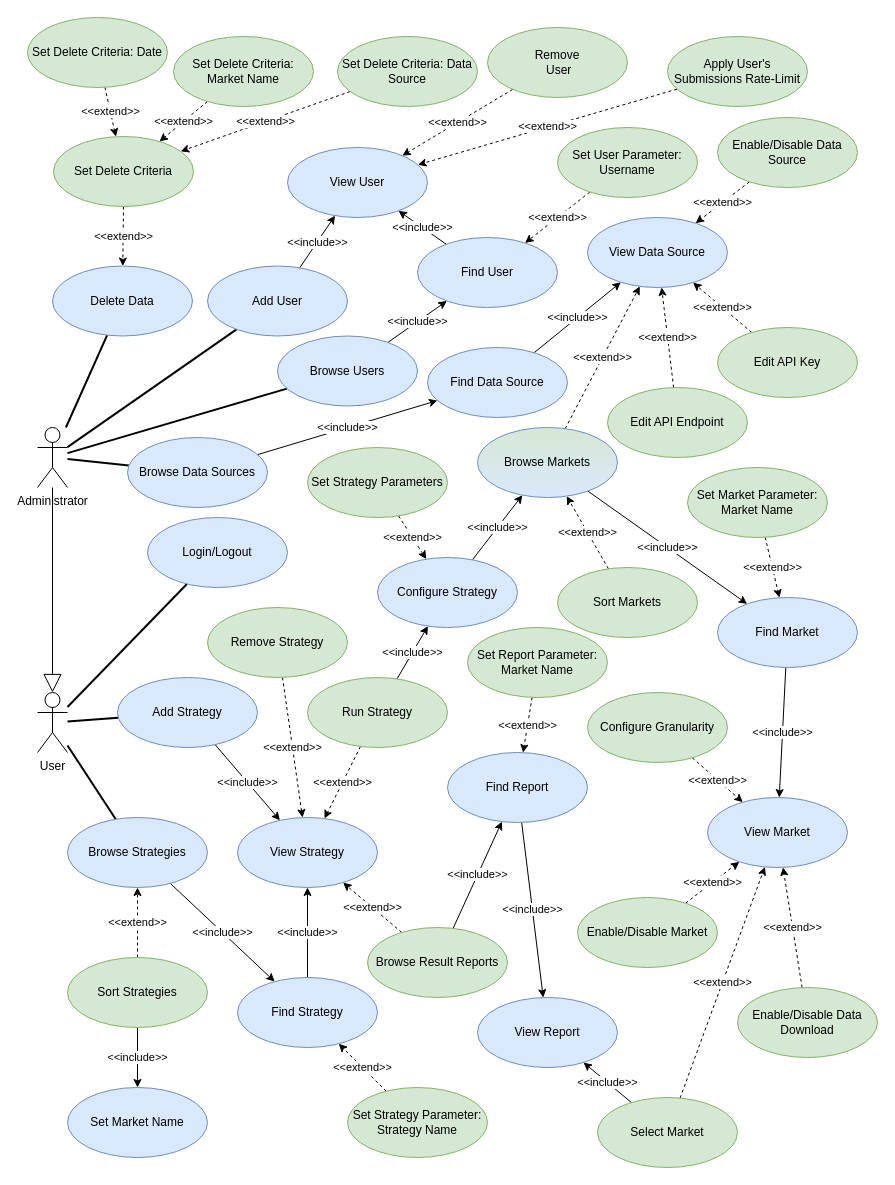
This is drawio/usecases.drawio from nferrante1/lsmsd2, a draw.io file, before an edit. Source tidied: cells renumbered, new cells numbered last; positions are measured from the earlier drawing's top-left corner, leaving out a move shared by most shapes. Both pictures are drawn from the tidied source at 100%, with x=0, y=0 at pixel (27, 17).
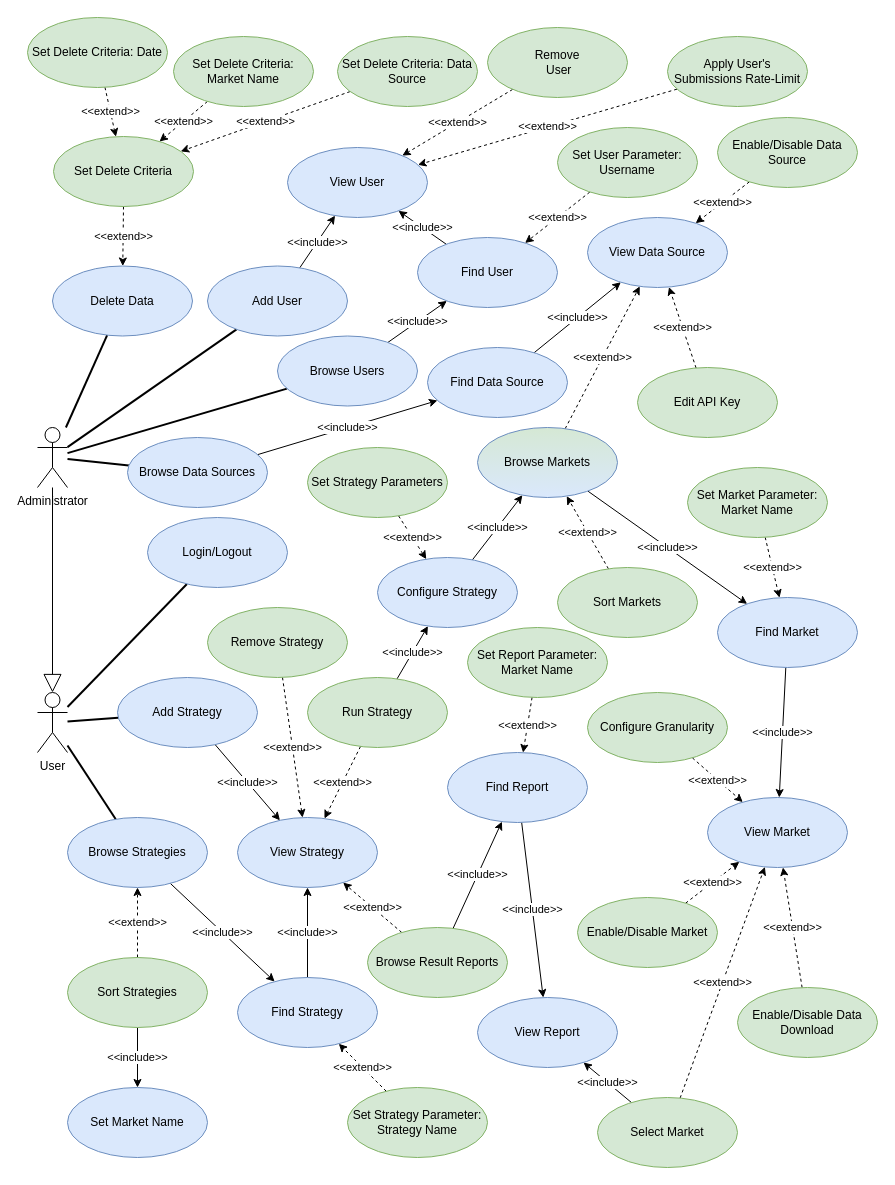
Above is the later version.

Commit message:
Remove Edit API Endpoint use case

Unchanged cells that the change refers to:
```xml
<mxCell id="11" value="View Data Source" style="ellipse;whiteSpace=wrap;html=1;fillColor=#dae8fc;strokeColor=#6c8ebf;" parent="1" vertex="1">
  <mxGeometry x="560" y="200" width="140" height="70" as="geometry" />
</mxCell>
```

What changed in the source:
```diff
@@
     <mxCell id="28" value="Edit API Key" style="ellipse;whiteSpace=wrap;html=1;fillColor=#d5e8d4;strokeColor=#82b366;" parent="1" vertex="1">
-      <mxGeometry x="690" y="310" width="140" height="70" as="geometry" />
+      <mxGeometry x="610" y="350" width="140" height="70" as="geometry" />
     </mxCell>
@@
-    <mxCell id="89" value="&amp;lt;&amp;lt;extend&amp;gt;&amp;gt;" style="rounded=0;jettySize=auto;html=1;dashed=1;" parent="1" edge="1" source="90" target="11">
-      <mxGeometry relative="1" as="geometry" />
-    </mxCell>
-    <mxCell id="90" value="Edit API Endpoint" style="ellipse;whiteSpace=wrap;html=1;fillColor=#d5e8d4;strokeColor=#82b366;" parent="1" vertex="1">
-      <mxGeometry x="580" y="370" width="140" height="70" as="geometry" />
-    </mxCell>
```
